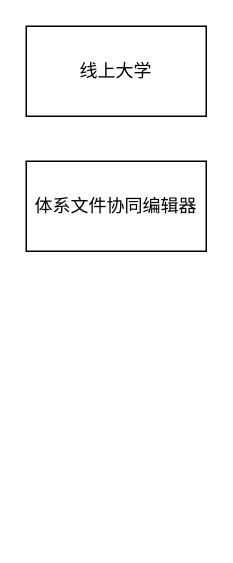
The draw.io diagram 1.drawio in luomoweilan/bookmark, before the edit. Source tidied: cells renumbered, new cells numbered last; positions are measured from the earlier drawing's top-left corner, leaving out a move shared by most shapes. Both pictures are drawn from the tidied source at 150%, with x=0, y=0 at pixel (26, 26).
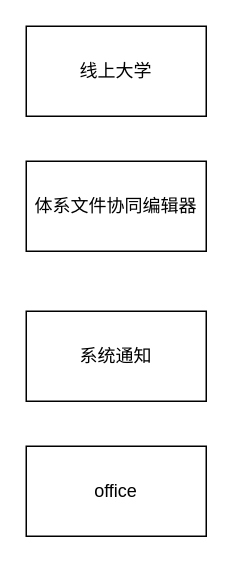
After the change.

The edit, as a diff of the source:
```diff
@@
 <mxGraphModel>
   <root>
     <mxCell id="0" />
     <mxCell id="1" parent="0" />
     <mxCell id="2" value="线上大学" style="rounded=0;whiteSpace=wrap;html=1;" parent="1" vertex="1">
       <mxGeometry width="120" height="60" as="geometry" />
     </mxCell>
     <mxCell id="3" value="体系文件协同编辑器" style="rounded=0;whiteSpace=wrap;html=1;" parent="1" vertex="1">
       <mxGeometry y="90" width="120" height="60" as="geometry" />
     </mxCell>
+    <mxCell id="4" value="系统通知" style="rounded=0;whiteSpace=wrap;html=1;" parent="1" vertex="1">
+      <mxGeometry y="190" width="120" height="60" as="geometry" />
+    </mxCell>
+    <mxCell id="5" value="office" style="rounded=0;whiteSpace=wrap;html=1;" parent="1" vertex="1">
+      <mxGeometry y="280" width="120" height="60" as="geometry" />
+    </mxCell>
   </root>
 </mxGraphModel>
```
